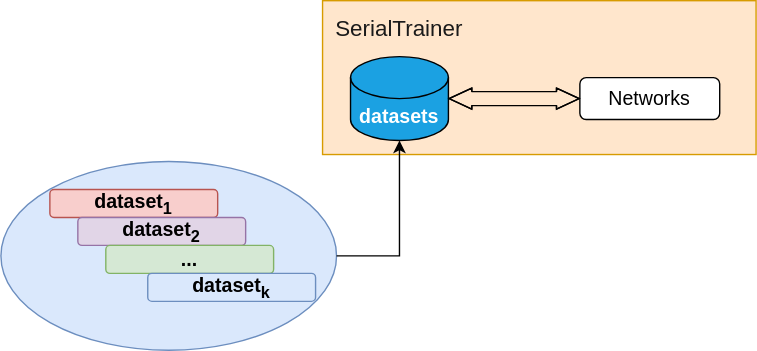
Above: docs/imgs/fedlab-SerialTrainer.svg in SMILELab-FL/FedLab (draw.io), before the change. Source tidied: cells renumbered, new cells last; positions are measured from the earlier drawing's top-left corner, leaving out a move shared by most shapes. Source of this version:
```xml
<mxGraphModel>
  <root>
    <mxCell id="0" />
    <mxCell id="1" parent="0" />
    <mxCell id="2" style="group;" parent="1" vertex="1">
      <mxGeometry x="230" width="310" height="110" as="geometry" />
    </mxCell>
    <mxCell id="3" style="whiteSpace=wrap;html=1;strokeColor=#d79b00;fillColor=#ffe6cc;rounded=0;sketch=0;glass=0;shadow=0;" parent="2" vertex="1">
      <mxGeometry width="310" height="110" as="geometry" />
    </mxCell>
    <mxCell id="4" value="&lt;span style=&quot;color: rgb(26 , 26 , 26)&quot;&gt;&lt;font style=&quot;font-size: 16px&quot;&gt;SerialTrainer&lt;/font&gt;&lt;/span&gt;" style="text;html=1;strokeColor=none;fillColor=none;align=center;verticalAlign=middle;whiteSpace=wrap;rounded=0;dashed=1;" parent="2" vertex="1">
      <mxGeometry x="35" y="10" width="40" height="20" as="geometry" />
    </mxCell>
    <mxCell id="5" value="&lt;font style=&quot;font-size: 14px&quot;&gt;&lt;b&gt;datasets&lt;/b&gt;&lt;/font&gt;" style="shape=cylinder3;whiteSpace=wrap;html=1;boundedLbl=1;backgroundOutline=1;size=15;rounded=1;strokeWidth=1;fontColor=#ffffff;fillColor=#1ba1e2;" parent="2" vertex="1">
      <mxGeometry x="20" y="40" width="70" height="60" as="geometry" />
    </mxCell>
    <mxCell id="6" value="&lt;font style=&quot;font-size: 14px&quot;&gt;Networks&lt;/font&gt;" style="rounded=1;whiteSpace=wrap;html=1;strokeColor=#000000;strokeWidth=1;fillColor=#ffffff;gradientColor=none;" parent="2" vertex="1">
      <mxGeometry x="184" y="55" width="100" height="30" as="geometry" />
    </mxCell>
    <mxCell id="7" style="shape=flexArrow;endArrow=classic;startArrow=classic;html=1;entryX=0;entryY=0.5;entryDx=0;entryDy=0;exitX=1;exitY=0.5;exitDx=0;exitDy=0;exitPerimeter=0;endWidth=4;endSize=5.07;startWidth=4;startSize=5.07;" parent="2" edge="1" source="5" target="6">
      <mxGeometry relative="1" as="geometry">
        <Array as="points">
          <mxPoint x="140" y="70" />
        </Array>
      </mxGeometry>
    </mxCell>
    <mxCell id="8" style="ellipse;whiteSpace=wrap;html=1;fillColor=#dae8fc;strokeColor=#6c8ebf;" parent="1" vertex="1">
      <mxGeometry y="115" width="240" height="135" as="geometry" />
    </mxCell>
    <mxCell id="9" value="&lt;font style=&quot;font-size: 14px&quot;&gt;&lt;b&gt;dataset&lt;sub&gt;1&lt;/sub&gt;&lt;/b&gt;&lt;/font&gt;" style="rounded=1;whiteSpace=wrap;html=1;fillColor=#f8cecc;strokeColor=#b85450;" parent="1" vertex="1">
      <mxGeometry x="35" y="135" width="120" height="20" as="geometry" />
    </mxCell>
    <mxCell id="10" value="&lt;font style=&quot;font-size: 14px&quot;&gt;&lt;b&gt;dataset&lt;sub&gt;2&lt;/sub&gt;&lt;/b&gt;&lt;/font&gt;" style="rounded=1;whiteSpace=wrap;html=1;fillColor=#e1d5e7;strokeColor=#9673a6;" parent="1" vertex="1">
      <mxGeometry x="55" y="155" width="120" height="20" as="geometry" />
    </mxCell>
    <mxCell id="11" value="&lt;font style=&quot;font-size: 14px&quot;&gt;&lt;b&gt;...&lt;/b&gt;&lt;/font&gt;" style="rounded=1;whiteSpace=wrap;html=1;fillColor=#d5e8d4;strokeColor=#82b366;" parent="1" vertex="1">
      <mxGeometry x="75" y="175" width="120" height="20" as="geometry" />
    </mxCell>
    <mxCell id="12" value="&lt;font style=&quot;font-size: 14px&quot;&gt;&lt;b&gt;dataset&lt;sub&gt;k&lt;/sub&gt;&lt;/b&gt;&lt;/font&gt;" style="rounded=1;whiteSpace=wrap;html=1;fillColor=#dae8fc;strokeColor=#6c8ebf;" parent="1" vertex="1">
      <mxGeometry x="105" y="195" width="120" height="20" as="geometry" />
    </mxCell>
    <mxCell id="13" style="edgeStyle=orthogonalEdgeStyle;rounded=0;jettySize=auto;html=1;entryX=0.5;entryY=1;entryDx=0;entryDy=0;entryPerimeter=0;" parent="1" edge="1" source="8" target="5">
      <mxGeometry relative="1" as="geometry">
        <Array as="points">
          <mxPoint x="285" y="183" />
        </Array>
      </mxGeometry>
    </mxCell>
    <mxCell id="14" style="edgeStyle=orthogonalEdgeStyle;rounded=0;orthogonalLoop=1;jettySize=auto;html=1;exitX=0.5;exitY=1;exitDx=0;exitDy=0;sketch=0;" parent="1" edge="1">
      <mxGeometry x="109" y="-21" as="geometry">
        <mxPoint x="50" y="39" as="sourcePoint" />
        <mxPoint x="50" y="39" as="targetPoint" />
      </mxGeometry>
    </mxCell>
  </root>
</mxGraphModel>
```
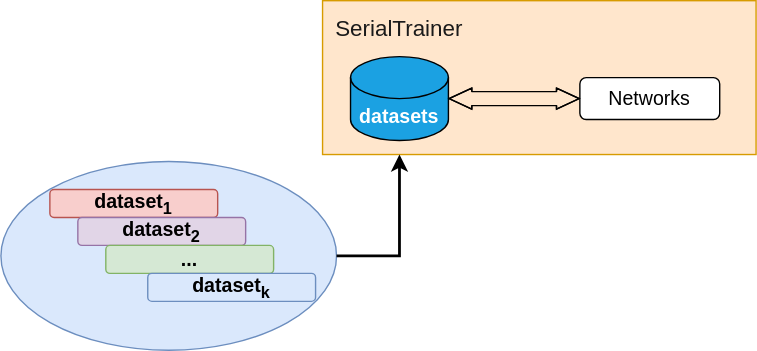
After the change.

Diff of the diagram source:
```diff
@@ -39,8 +39,9 @@
     <mxCell id="12" value="&lt;font style=&quot;font-size: 14px&quot;&gt;&lt;b&gt;dataset&lt;sub&gt;k&lt;/sub&gt;&lt;/b&gt;&lt;/font&gt;" style="rounded=1;whiteSpace=wrap;html=1;fillColor=#dae8fc;strokeColor=#6c8ebf;" parent="1" vertex="1">
       <mxGeometry x="105" y="195" width="120" height="20" as="geometry" />
     </mxCell>
-    <mxCell id="13" style="edgeStyle=orthogonalEdgeStyle;rounded=0;jettySize=auto;html=1;entryX=0.5;entryY=1;entryDx=0;entryDy=0;entryPerimeter=0;" parent="1" edge="1" source="8" target="5">
+    <mxCell id="13" style="edgeStyle=orthogonalEdgeStyle;rounded=0;jettySize=auto;html=1;strokeWidth=2;" parent="1" edge="1" source="8">
       <mxGeometry relative="1" as="geometry">
+        <mxPoint x="285" y="110" as="targetPoint" />
         <Array as="points">
           <mxPoint x="285" y="183" />
         </Array>
```
